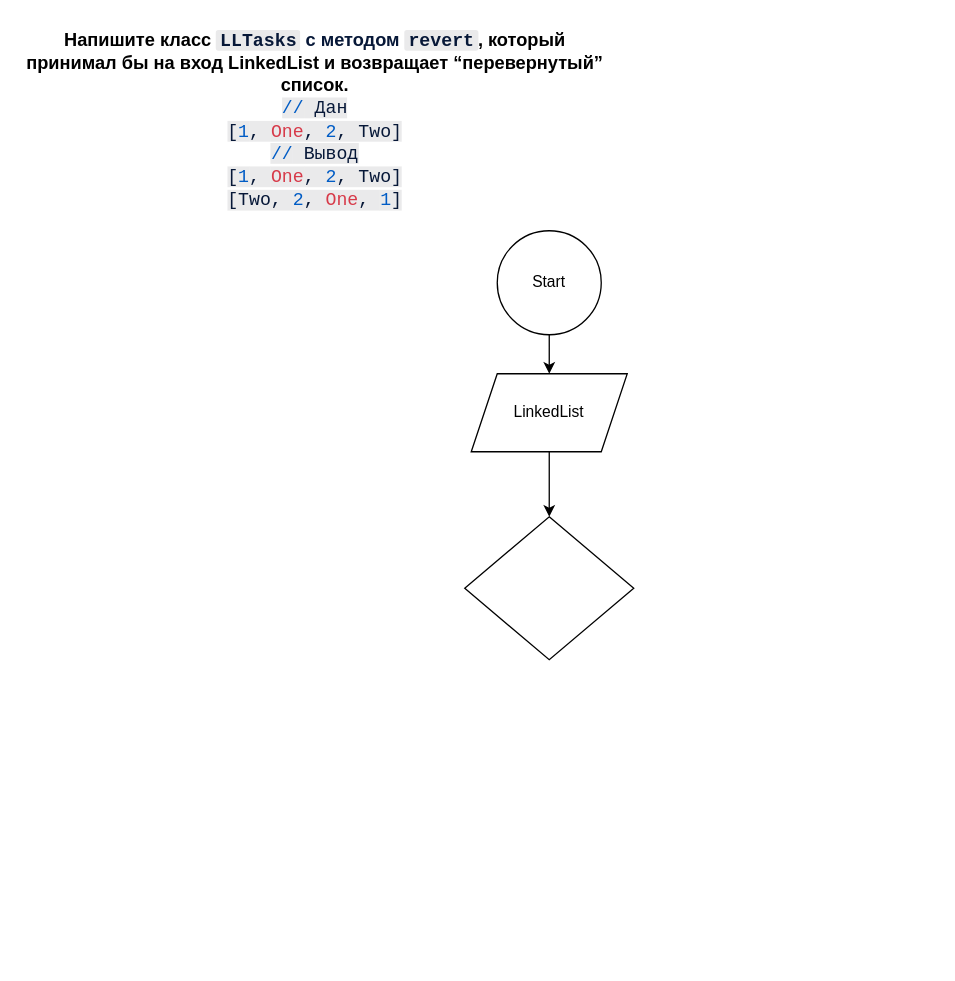
Earlier version of the draw.io diagram Java_base.drawio (pluzonetwo/diagrams). Source tidied: cells renumbered, new cells numbered last; positions are measured from the earlier drawing's top-left corner, leaving out a move shared by most shapes. Both pictures are drawn from the tidied source at 130%, with x=0, y=0 at pixel (22, 22).
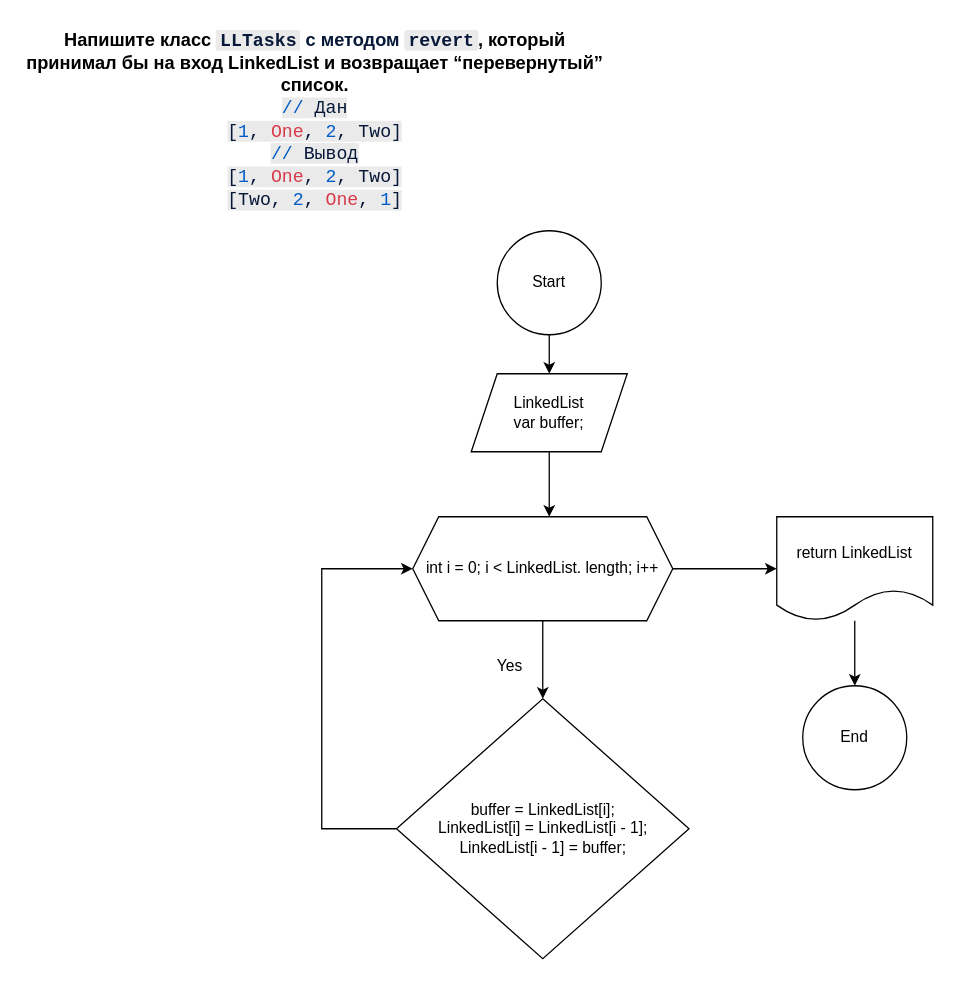
The same diagram, later.

The edit, as a diff of the source:
```diff
@@
 <mxGraphModel>
   <root>
     <mxCell id="0" />
     <mxCell id="1" parent="0" />
     <mxCell id="2" value="&lt;font style=&quot;font-size: 14px;&quot;&gt;&lt;b&gt;Напишите класс&amp;nbsp;&lt;code style=&quot;box-sizing: border-box; background-color: rgba(202, 203, 206, 0.4); border-radius: 2px; padding: 0px 3px; font-family: &amp;quot;Fira Code&amp;quot;, monospace; color: rgb(7, 24, 56); text-align: start;&quot;&gt;LLTasks&lt;/code&gt;&lt;span style=&quot;color: rgb(7, 24, 56); font-family: &amp;quot;Fira Sans&amp;quot;, sans-serif; text-align: start; background-color: rgb(255, 255, 255);&quot;&gt;&amp;nbsp;с методом&amp;nbsp;&lt;/span&gt;&lt;code style=&quot;box-sizing: border-box; background-color: rgba(202, 203, 206, 0.4); border-radius: 2px; padding: 0px 3px; font-family: &amp;quot;Fira Code&amp;quot;, monospace; color: rgb(7, 24, 56); text-align: start;&quot;&gt;revert&lt;/code&gt;, который принимал бы на вход LinkedList и возвращает “перевернутый” список.&lt;br&gt;&lt;/b&gt;&lt;span style=&quot;box-sizing: border-box; color: rgb(0, 92, 197); font-family: &amp;quot;Source Code Pro&amp;quot;, monospace; text-align: start; background-color: rgba(202, 203, 206, 0.4);&quot; class=&quot;hljs-operator&quot;&gt;/&lt;/span&gt;&lt;span style=&quot;box-sizing: border-box; color: rgb(0, 92, 197); font-family: &amp;quot;Source Code Pro&amp;quot;, monospace; text-align: start; background-color: rgba(202, 203, 206, 0.4);&quot; class=&quot;hljs-operator&quot;&gt;/&lt;/span&gt;&lt;span style=&quot;color: rgb(7, 24, 56); font-family: &amp;quot;Source Code Pro&amp;quot;, monospace; text-align: start; background-color: rgba(202, 203, 206, 0.4);&quot;&gt; Дан &lt;br&gt;[&lt;/span&gt;&lt;span style=&quot;box-sizing: border-box; color: rgb(0, 92, 197); font-family: &amp;quot;Source Code Pro&amp;quot;, monospace; text-align: start; background-color: rgba(202, 203, 206, 0.4);&quot; class=&quot;hljs-number&quot;&gt;1&lt;/span&gt;&lt;span style=&quot;color: rgb(7, 24, 56); font-family: &amp;quot;Source Code Pro&amp;quot;, monospace; text-align: start; background-color: rgba(202, 203, 206, 0.4);&quot;&gt;, &lt;/span&gt;&lt;span style=&quot;box-sizing: border-box; color: rgb(215, 58, 73); font-family: &amp;quot;Source Code Pro&amp;quot;, monospace; text-align: start; background-color: rgba(202, 203, 206, 0.4);&quot; class=&quot;hljs-keyword&quot;&gt;One&lt;/span&gt;&lt;span style=&quot;color: rgb(7, 24, 56); font-family: &amp;quot;Source Code Pro&amp;quot;, monospace; text-align: start; background-color: rgba(202, 203, 206, 0.4);&quot;&gt;, &lt;/span&gt;&lt;span style=&quot;box-sizing: border-box; color: rgb(0, 92, 197); font-family: &amp;quot;Source Code Pro&amp;quot;, monospace; text-align: start; background-color: rgba(202, 203, 206, 0.4);&quot; class=&quot;hljs-number&quot;&gt;2&lt;/span&gt;&lt;span style=&quot;color: rgb(7, 24, 56); font-family: &amp;quot;Source Code Pro&amp;quot;, monospace; text-align: start; background-color: rgba(202, 203, 206, 0.4);&quot;&gt;, Two]&lt;br&gt;&lt;/span&gt;&lt;span style=&quot;box-sizing: border-box; color: rgb(0, 92, 197); font-family: &amp;quot;Source Code Pro&amp;quot;, monospace; text-align: start; background-color: rgba(202, 203, 206, 0.4);&quot; class=&quot;hljs-operator&quot;&gt;/&lt;/span&gt;&lt;span style=&quot;box-sizing: border-box; color: rgb(0, 92, 197); font-family: &amp;quot;Source Code Pro&amp;quot;, monospace; text-align: start; background-color: rgba(202, 203, 206, 0.4);&quot; class=&quot;hljs-operator&quot;&gt;/&lt;/span&gt;&lt;span style=&quot;color: rgb(7, 24, 56); font-family: &amp;quot;Source Code Pro&amp;quot;, monospace; text-align: start; background-color: rgba(202, 203, 206, 0.4);&quot;&gt; Вывод&lt;br&gt;[&lt;/span&gt;&lt;span style=&quot;box-sizing: border-box; color: rgb(0, 92, 197); font-family: &amp;quot;Source Code Pro&amp;quot;, monospace; text-align: start; background-color: rgba(202, 203, 206, 0.4);&quot; class=&quot;hljs-number&quot;&gt;1&lt;/span&gt;&lt;span style=&quot;color: rgb(7, 24, 56); font-family: &amp;quot;Source Code Pro&amp;quot;, monospace; text-align: start; background-color: rgba(202, 203, 206, 0.4);&quot;&gt;, &lt;/span&gt;&lt;span style=&quot;box-sizing: border-box; color: rgb(215, 58, 73); font-family: &amp;quot;Source Code Pro&amp;quot;, monospace; text-align: start; background-color: rgba(202, 203, 206, 0.4);&quot; class=&quot;hljs-keyword&quot;&gt;One&lt;/span&gt;&lt;span style=&quot;color: rgb(7, 24, 56); font-family: &amp;quot;Source Code Pro&amp;quot;, monospace; text-align: start; background-color: rgba(202, 203, 206, 0.4);&quot;&gt;, &lt;/span&gt;&lt;span style=&quot;box-sizing: border-box; color: rgb(0, 92, 197); font-family: &amp;quot;Source Code Pro&amp;quot;, monospace; text-align: start; background-color: rgba(202, 203, 206, 0.4);&quot; class=&quot;hljs-number&quot;&gt;2&lt;/span&gt;&lt;span style=&quot;color: rgb(7, 24, 56); font-family: &amp;quot;Source Code Pro&amp;quot;, monospace; text-align: start; background-color: rgba(202, 203, 206, 0.4);&quot;&gt;, Two]&lt;br&gt;[Two, &lt;/span&gt;&lt;span style=&quot;box-sizing: border-box; color: rgb(0, 92, 197); font-family: &amp;quot;Source Code Pro&amp;quot;, monospace; text-align: start; background-color: rgba(202, 203, 206, 0.4);&quot; class=&quot;hljs-number&quot;&gt;2&lt;/span&gt;&lt;span style=&quot;color: rgb(7, 24, 56); font-family: &amp;quot;Source Code Pro&amp;quot;, monospace; text-align: start; background-color: rgba(202, 203, 206, 0.4);&quot;&gt;, &lt;/span&gt;&lt;span style=&quot;box-sizing: border-box; color: rgb(215, 58, 73); font-family: &amp;quot;Source Code Pro&amp;quot;, monospace; text-align: start; background-color: rgba(202, 203, 206, 0.4);&quot; class=&quot;hljs-keyword&quot;&gt;One&lt;/span&gt;&lt;span style=&quot;color: rgb(7, 24, 56); font-family: &amp;quot;Source Code Pro&amp;quot;, monospace; text-align: start; background-color: rgba(202, 203, 206, 0.4);&quot;&gt;, &lt;/span&gt;&lt;span style=&quot;box-sizing: border-box; color: rgb(0, 92, 197); font-family: &amp;quot;Source Code Pro&amp;quot;, monospace; text-align: start; background-color: rgba(202, 203, 206, 0.4);&quot; class=&quot;hljs-number&quot;&gt;1&lt;/span&gt;&lt;span style=&quot;color: rgb(7, 24, 56); font-family: &amp;quot;Source Code Pro&amp;quot;, monospace; text-align: start; background-color: rgba(202, 203, 206, 0.4);&quot;&gt;]&lt;/span&gt;&lt;b&gt;&lt;span style=&quot;color: rgb(7, 24, 56); font-family: &amp;quot;Fira Sans&amp;quot;, sans-serif; text-align: start; background-color: rgb(255, 255, 255);&quot;&gt;&lt;br&gt;&lt;/span&gt;&lt;/b&gt;&lt;/font&gt;" style="text;html=1;strokeColor=none;fillColor=none;align=center;verticalAlign=middle;whiteSpace=wrap;rounded=0;" parent="1" vertex="1">
       <mxGeometry width="450" height="150" as="geometry" />
     </mxCell>
     <mxCell id="3" style="edgeStyle=orthogonalEdgeStyle;rounded=0;jettySize=auto;html=1;" parent="1" edge="1" source="4" target="6">
       <mxGeometry relative="1" as="geometry" />
     </mxCell>
     <mxCell id="4" value="Start" style="ellipse;whiteSpace=wrap;html=1;" parent="1" vertex="1">
       <mxGeometry x="365" y="160" width="80" height="80" as="geometry" />
     </mxCell>
-    <mxCell id="5" style="edgeStyle=orthogonalEdgeStyle;rounded=0;jettySize=auto;html=1;" parent="1" edge="1" source="6" target="7">
-      <mxGeometry relative="1" as="geometry" />
+    <mxCell id="5" style="edgeStyle=orthogonalEdgeStyle;rounded=0;jettySize=auto;html=1;" parent="1" edge="1" source="6">
+      <mxGeometry relative="1" as="geometry">
+        <mxPoint x="405" y="380" as="targetPoint" />
+      </mxGeometry>
     </mxCell>
-    <mxCell id="6" value="LinkedList" style="shape=parallelogram;perimeter=parallelogramPerimeter;whiteSpace=wrap;html=1;fixedSize=1;" parent="1" vertex="1">
+    <mxCell id="6" value="LinkedList&lt;br&gt;var buffer;" style="shape=parallelogram;perimeter=parallelogramPerimeter;whiteSpace=wrap;html=1;fixedSize=1;" parent="1" vertex="1">
       <mxGeometry x="345" y="270" width="120" height="60" as="geometry" />
     </mxCell>
-    <mxCell id="7" style="rhombus;whiteSpace=wrap;html=1;" parent="1" vertex="1">
-      <mxGeometry x="340" y="380" width="130" height="110" as="geometry" />
-    </mxCell>
+    <mxCell id="8" style="edgeStyle=orthogonalEdgeStyle;rounded=0;jettySize=auto;html=1;" parent="1" edge="1" source="10" target="12">
+      <mxGeometry relative="1" as="geometry" />
+    </mxCell>
+    <mxCell id="9" style="edgeStyle=orthogonalEdgeStyle;rounded=0;jettySize=auto;html=1;" parent="1" edge="1" source="10" target="15">
+      <mxGeometry relative="1" as="geometry" />
+    </mxCell>
+    <mxCell id="10" value="int i = 0; i &amp;lt; LinkedList. length; i++" style="shape=hexagon;perimeter=hexagonPerimeter2;whiteSpace=wrap;html=1;fixedSize=1;" parent="1" vertex="1">
+      <mxGeometry x="300" y="380" width="200" height="80" as="geometry" />
+    </mxCell>
+    <mxCell id="11" style="edgeStyle=orthogonalEdgeStyle;rounded=0;jettySize=auto;html=1;entryX=0;entryY=0.5;entryDx=0;entryDy=0;" parent="1" edge="1" source="12" target="10">
+      <mxGeometry relative="1" as="geometry">
+        <Array as="points">
+          <mxPoint x="230" y="620" />
+          <mxPoint x="230" y="420" />
+        </Array>
+      </mxGeometry>
+    </mxCell>
+    <mxCell id="12" value="buffer = LinkedList[i];&lt;br&gt;LinkedList[i] = LinkedList[i - 1];&lt;br&gt;LinkedList[i - 1] = buffer;" style="rhombus;whiteSpace=wrap;html=1;" parent="1" vertex="1">
+      <mxGeometry x="287.5" y="520" width="225" height="200" as="geometry" />
+    </mxCell>
+    <mxCell id="13" value="Yes" style="text;html=1;strokeColor=none;fillColor=none;align=center;verticalAlign=middle;whiteSpace=wrap;rounded=0;" parent="1" vertex="1">
+      <mxGeometry x="345" y="480" width="60" height="30" as="geometry" />
+    </mxCell>
+    <mxCell id="14" style="edgeStyle=orthogonalEdgeStyle;rounded=0;jettySize=auto;html=1;" parent="1" edge="1" source="15" target="16">
+      <mxGeometry relative="1" as="geometry" />
+    </mxCell>
+    <mxCell id="15" value="return LinkedList" style="shape=document;whiteSpace=wrap;html=1;boundedLbl=1;" parent="1" vertex="1">
+      <mxGeometry x="580" y="380" width="120" height="80" as="geometry" />
+    </mxCell>
+    <mxCell id="16" value="End" style="ellipse;whiteSpace=wrap;html=1;" parent="1" vertex="1">
+      <mxGeometry x="600" y="510" width="80" height="80" as="geometry" />
+    </mxCell>
   </root>
 </mxGraphModel>
```
